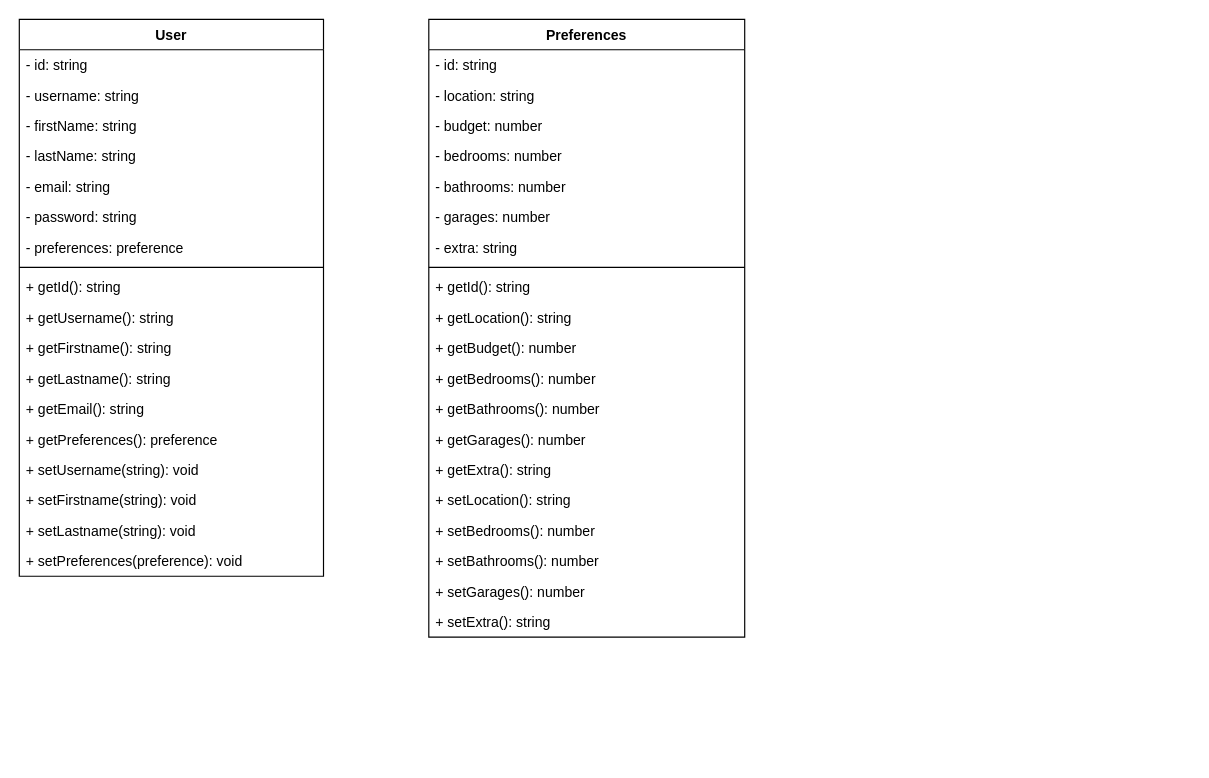
Earlier version of the draw.io diagram diagrams/class diagrams/estate-match-class-diagram.drawio (COS301-SE-2023/EstateMatch). Source tidied: cells renumbered, new cells numbered last; positions are measured from the earlier drawing's top-left corner, leaving out a move shared by most shapes. Both pictures are drawn from the tidied source at 117%, with x=0, y=0 at pixel (19, 19).
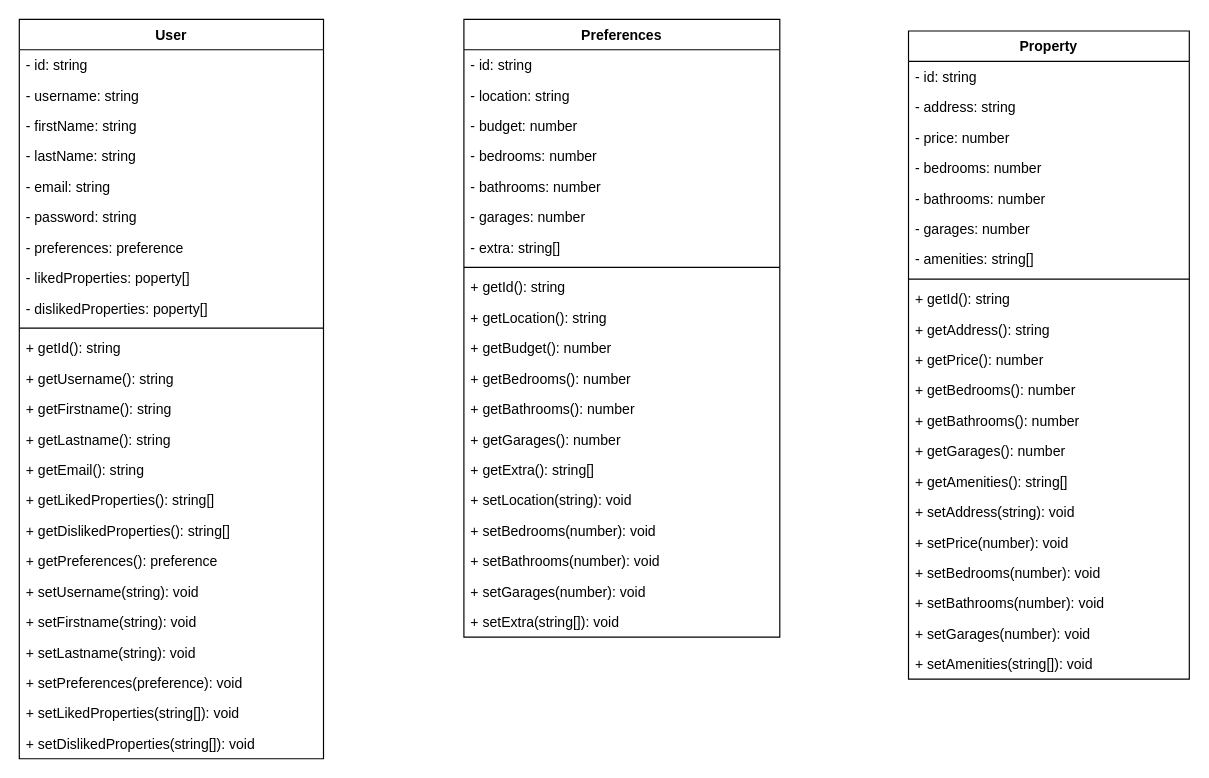
Above is the later version.

Commit message:
🚧 (diagram) Added property class

Change to the diagram source:
```diff
@@
     <mxCell id="2" value="User" style="swimlane;fontStyle=1;align=center;verticalAlign=top;horizontal=1;startSize=26;rounded=0;glass=0;labelBackgroundColor=none;labelBorderColor=none;sketch=0;" parent="1" vertex="1">
-      <mxGeometry width="260" height="476" as="geometry" />
+      <mxGeometry width="260" height="632" as="geometry" />
     </mxCell>
@@
+    <mxCell id="42" value="- likedProperties: poperty[]" style="text;strokeColor=none;fillColor=none;align=left;verticalAlign=top;spacingLeft=4;spacingRight=4;overflow=hidden;rounded=1;glass=0;labelBackgroundColor=none;labelBorderColor=none;sketch=0;" parent="2" vertex="1">
+      <mxGeometry y="208" width="260" height="26" as="geometry" />
+    </mxCell>
+    <mxCell id="43" value="- dislikedProperties: poperty[]" style="text;strokeColor=none;fillColor=none;align=left;verticalAlign=top;spacingLeft=4;spacingRight=4;overflow=hidden;rounded=1;glass=0;labelBackgroundColor=none;labelBorderColor=none;sketch=0;" parent="2" vertex="1">
+      <mxGeometry y="234" width="260" height="26" as="geometry" />
+    </mxCell>
     <mxCell id="10" style="line;strokeWidth=1;fillColor=none;align=left;verticalAlign=middle;spacingTop=-1;spacingLeft=3;spacingRight=3;labelPosition=right;strokeColor=inherit;rounded=1;glass=0;labelBackgroundColor=none;labelBorderColor=default;sketch=0;" parent="2" vertex="1">
-      <mxGeometry y="208" width="260" height="8" as="geometry" />
+      <mxGeometry y="260" width="260" height="8" as="geometry" />
     </mxCell>
     <mxCell id="11" value="+ getId(): string" style="text;strokeColor=none;fillColor=none;align=left;verticalAlign=top;spacingLeft=4;spacingRight=4;overflow=hidden;rounded=1;glass=0;labelBackgroundColor=none;labelBorderColor=none;sketch=0;" parent="2" vertex="1">
-      <mxGeometry y="216" width="260" height="26" as="geometry" />
+      <mxGeometry y="268" width="260" height="26" as="geometry" />
     </mxCell>
     <mxCell id="12" value="+ getUsername(): string" style="text;strokeColor=none;fillColor=none;align=left;verticalAlign=top;spacingLeft=4;spacingRight=4;overflow=hidden;rounded=1;glass=0;labelBackgroundColor=none;labelBorderColor=none;sketch=0;" parent="2" vertex="1">
-      <mxGeometry y="242" width="260" height="26" as="geometry" />
+      <mxGeometry y="294" width="260" height="26" as="geometry" />
     </mxCell>
     <mxCell id="13" value="+ getFirstname(): string" style="text;strokeColor=none;fillColor=none;align=left;verticalAlign=top;spacingLeft=4;spacingRight=4;overflow=hidden;rounded=1;glass=0;labelBackgroundColor=none;labelBorderColor=none;sketch=0;" parent="2" vertex="1">
-      <mxGeometry y="268" width="260" height="26" as="geometry" />
+      <mxGeometry y="320" width="260" height="26" as="geometry" />
     </mxCell>
     <mxCell id="14" value="+ getLastname(): string" style="text;strokeColor=none;fillColor=none;align=left;verticalAlign=top;spacingLeft=4;spacingRight=4;overflow=hidden;rounded=1;glass=0;labelBackgroundColor=none;labelBorderColor=none;sketch=0;" parent="2" vertex="1">
-      <mxGeometry y="294" width="260" height="26" as="geometry" />
+      <mxGeometry y="346" width="260" height="26" as="geometry" />
     </mxCell>
     <mxCell id="15" value="+ getEmail(): string" style="text;strokeColor=none;fillColor=none;align=left;verticalAlign=top;spacingLeft=4;spacingRight=4;overflow=hidden;rounded=1;glass=0;labelBackgroundColor=none;labelBorderColor=none;sketch=0;" parent="2" vertex="1">
-      <mxGeometry y="320" width="260" height="26" as="geometry" />
+      <mxGeometry y="372" width="260" height="26" as="geometry" />
     </mxCell>
+    <mxCell id="44" value="+ getLikedProperties(): string[]" style="text;strokeColor=none;fillColor=none;align=left;verticalAlign=top;spacingLeft=4;spacingRight=4;overflow=hidden;rounded=1;glass=0;labelBackgroundColor=none;labelBorderColor=none;sketch=0;" parent="2" vertex="1">
+      <mxGeometry y="398" width="260" height="26" as="geometry" />
+    </mxCell>
+    <mxCell id="45" value="+ getDislikedProperties(): string[]" style="text;strokeColor=none;fillColor=none;align=left;verticalAlign=top;spacingLeft=4;spacingRight=4;overflow=hidden;rounded=1;glass=0;labelBackgroundColor=none;labelBorderColor=none;sketch=0;" parent="2" vertex="1">
+      <mxGeometry y="424" width="260" height="26" as="geometry" />
+    </mxCell>
     <mxCell id="16" value="+ getPreferences(): preference" style="text;strokeColor=none;fillColor=none;align=left;verticalAlign=top;spacingLeft=4;spacingRight=4;overflow=hidden;rounded=1;glass=0;labelBackgroundColor=none;labelBorderColor=none;sketch=0;" parent="2" vertex="1">
-      <mxGeometry y="346" width="260" height="26" as="geometry" />
+      <mxGeometry y="450" width="260" height="26" as="geometry" />
     </mxCell>
     <mxCell id="17" value="+ setUsername(string): void" style="text;strokeColor=none;fillColor=none;align=left;verticalAlign=top;spacingLeft=4;spacingRight=4;overflow=hidden;rounded=1;glass=0;labelBackgroundColor=none;labelBorderColor=none;sketch=0;" parent="2" vertex="1">
-      <mxGeometry y="372" width="260" height="26" as="geometry" />
+      <mxGeometry y="476" width="260" height="26" as="geometry" />
     </mxCell>
     <mxCell id="18" value="+ setFirstname(string): void" style="text;strokeColor=none;fillColor=none;align=left;verticalAlign=top;spacingLeft=4;spacingRight=4;overflow=hidden;rounded=1;glass=0;labelBackgroundColor=none;labelBorderColor=none;sketch=0;" parent="2" vertex="1">
-      <mxGeometry y="398" width="260" height="26" as="geometry" />
+      <mxGeometry y="502" width="260" height="26" as="geometry" />
     </mxCell>
     <mxCell id="19" value="+ setLastname(string): void" style="text;strokeColor=none;fillColor=none;align=left;verticalAlign=top;spacingLeft=4;spacingRight=4;overflow=hidden;rounded=1;glass=0;labelBackgroundColor=none;labelBorderColor=none;sketch=0;" parent="2" vertex="1">
-      <mxGeometry y="424" width="260" height="26" as="geometry" />
+      <mxGeometry y="528" width="260" height="26" as="geometry" />
     </mxCell>
     <mxCell id="20" value="+ setPreferences(preference): void" style="text;strokeColor=none;fillColor=none;align=left;verticalAlign=top;spacingLeft=4;spacingRight=4;overflow=hidden;rounded=1;glass=0;labelBackgroundColor=none;labelBorderColor=none;sketch=0;" parent="2" vertex="1">
-      <mxGeometry y="450" width="260" height="26" as="geometry" />
+      <mxGeometry y="554" width="260" height="26" as="geometry" />
     </mxCell>
+    <mxCell id="46" value="+ setLikedProperties(string[]): void" style="text;strokeColor=none;fillColor=none;align=left;verticalAlign=top;spacingLeft=4;spacingRight=4;overflow=hidden;rounded=1;glass=0;labelBackgroundColor=none;labelBorderColor=none;sketch=0;" parent="2" vertex="1">
+      <mxGeometry y="580" width="260" height="26" as="geometry" />
+    </mxCell>
+    <mxCell id="47" value="+ setDislikedProperties(string[]): void" style="text;strokeColor=none;fillColor=none;align=left;verticalAlign=top;spacingLeft=4;spacingRight=4;overflow=hidden;rounded=1;glass=0;labelBackgroundColor=none;labelBorderColor=none;sketch=0;" parent="2" vertex="1">
+      <mxGeometry y="606" width="260" height="26" as="geometry" />
+    </mxCell>
     <mxCell id="21" value="Preferences" style="swimlane;fontStyle=1;align=center;verticalAlign=top;horizontal=1;startSize=26;rounded=0;glass=0;labelBackgroundColor=none;labelBorderColor=none;sketch=0;" parent="1" vertex="1">
-      <mxGeometry x="350" width="270" height="528" as="geometry" />
+      <mxGeometry x="380" width="270" height="528" as="geometry" />
     </mxCell>
@@
-    <mxCell id="28" value="- extra: string" style="text;strokeColor=none;fillColor=none;align=left;verticalAlign=top;spacingLeft=4;spacingRight=4;overflow=hidden;rounded=1;glass=0;labelBackgroundColor=none;labelBorderColor=none;sketch=0;" parent="21" vertex="1">
+    <mxCell id="28" value="- extra: string[]" style="text;strokeColor=none;fillColor=none;align=left;verticalAlign=top;spacingLeft=4;spacingRight=4;overflow=hidden;rounded=1;glass=0;labelBackgroundColor=none;labelBorderColor=none;sketch=0;" parent="21" vertex="1">
       <mxGeometry y="182" width="270" height="26" as="geometry" />
     </mxCell>
@@
-    <mxCell id="36" value="+ getExtra(): string" style="text;strokeColor=none;fillColor=none;align=left;verticalAlign=top;spacingLeft=4;spacingRight=4;overflow=hidden;rounded=1;glass=0;labelBackgroundColor=none;labelBorderColor=none;sketch=0;" parent="21" vertex="1">
+    <mxCell id="36" value="+ getExtra(): string[]" style="text;strokeColor=none;fillColor=none;align=left;verticalAlign=top;spacingLeft=4;spacingRight=4;overflow=hidden;rounded=1;glass=0;labelBackgroundColor=none;labelBorderColor=none;sketch=0;" parent="21" vertex="1">
       <mxGeometry y="372" width="270" height="26" as="geometry" />
     </mxCell>
-    <mxCell id="37" value="+ setLocation(): string" style="text;strokeColor=none;fillColor=none;align=left;verticalAlign=top;spacingLeft=4;spacingRight=4;overflow=hidden;rounded=1;glass=0;labelBackgroundColor=none;labelBorderColor=none;sketch=0;" parent="21" vertex="1">
+    <mxCell id="37" value="+ setLocation(string): void" style="text;strokeColor=none;fillColor=none;align=left;verticalAlign=top;spacingLeft=4;spacingRight=4;overflow=hidden;rounded=1;glass=0;labelBackgroundColor=none;labelBorderColor=none;sketch=0;" parent="21" vertex="1">
       <mxGeometry y="398" width="270" height="26" as="geometry" />
     </mxCell>
-    <mxCell id="38" value="+ setBedrooms(): number" style="text;strokeColor=none;fillColor=none;align=left;verticalAlign=top;spacingLeft=4;spacingRight=4;overflow=hidden;rounded=1;glass=0;labelBackgroundColor=none;labelBorderColor=none;sketch=0;" parent="21" vertex="1">
+    <mxCell id="38" value="+ setBedrooms(number): void" style="text;strokeColor=none;fillColor=none;align=left;verticalAlign=top;spacingLeft=4;spacingRight=4;overflow=hidden;rounded=1;glass=0;labelBackgroundColor=none;labelBorderColor=none;sketch=0;" parent="21" vertex="1">
       <mxGeometry y="424" width="270" height="26" as="geometry" />
     </mxCell>
-    <mxCell id="39" value="+ setBathrooms(): number" style="text;strokeColor=none;fillColor=none;align=left;verticalAlign=top;spacingLeft=4;spacingRight=4;overflow=hidden;rounded=1;glass=0;labelBackgroundColor=none;labelBorderColor=none;sketch=0;" parent="21" vertex="1">
+    <mxCell id="39" value="+ setBathrooms(number): void" style="text;strokeColor=none;fillColor=none;align=left;verticalAlign=top;spacingLeft=4;spacingRight=4;overflow=hidden;rounded=1;glass=0;labelBackgroundColor=none;labelBorderColor=none;sketch=0;" parent="21" vertex="1">
       <mxGeometry y="450" width="270" height="26" as="geometry" />
     </mxCell>
-    <mxCell id="40" value="+ setGarages(): number" style="text;strokeColor=none;fillColor=none;align=left;verticalAlign=top;spacingLeft=4;spacingRight=4;overflow=hidden;rounded=1;glass=0;labelBackgroundColor=none;labelBorderColor=none;sketch=0;" parent="21" vertex="1">
+    <mxCell id="40" value="+ setGarages(number): void" style="text;strokeColor=none;fillColor=none;align=left;verticalAlign=top;spacingLeft=4;spacingRight=4;overflow=hidden;rounded=1;glass=0;labelBackgroundColor=none;labelBorderColor=none;sketch=0;" parent="21" vertex="1">
       <mxGeometry y="476" width="270" height="26" as="geometry" />
     </mxCell>
-    <mxCell id="41" value="+ setExtra(): string" style="text;strokeColor=none;fillColor=none;align=left;verticalAlign=top;spacingLeft=4;spacingRight=4;overflow=hidden;rounded=1;glass=0;labelBackgroundColor=none;labelBorderColor=none;sketch=0;" parent="21" vertex="1">
+    <mxCell id="41" value="+ setExtra(string[]): void" style="text;strokeColor=none;fillColor=none;align=left;verticalAlign=top;spacingLeft=4;spacingRight=4;overflow=hidden;rounded=1;glass=0;labelBackgroundColor=none;labelBorderColor=none;sketch=0;" parent="21" vertex="1">
       <mxGeometry y="502" width="270" height="26" as="geometry" />
     </mxCell>
+    <mxCell id="48" value="Property" style="swimlane;fontStyle=1;align=center;verticalAlign=top;horizontal=1;startSize=26;rounded=0;glass=0;labelBackgroundColor=none;labelBorderColor=none;sketch=0;" parent="1" vertex="1">
+      <mxGeometry x="760" y="10" width="240" height="554" as="geometry" />
+    </mxCell>
+    <mxCell id="49" value="- id: string" style="text;strokeColor=none;fillColor=none;align=left;verticalAlign=top;spacingLeft=4;spacingRight=4;overflow=hidden;rounded=0;glass=0;labelBackgroundColor=none;labelBorderColor=none;sketch=0;" parent="48" vertex="1">
+      <mxGeometry y="26" width="240" height="26" as="geometry" />
+    </mxCell>
+    <mxCell id="50" value="- address: string" style="text;strokeColor=none;fillColor=none;align=left;verticalAlign=top;spacingLeft=4;spacingRight=4;overflow=hidden;rounded=0;glass=0;labelBackgroundColor=none;labelBorderColor=none;sketch=0;" parent="48" vertex="1">
+      <mxGeometry y="52" width="240" height="26" as="geometry" />
+    </mxCell>
+    <mxCell id="51" value="- price: number" style="text;strokeColor=none;fillColor=none;align=left;verticalAlign=top;spacingLeft=4;spacingRight=4;overflow=hidden;rounded=0;glass=0;labelBackgroundColor=none;labelBorderColor=none;sketch=0;" parent="48" vertex="1">
+      <mxGeometry y="78" width="240" height="26" as="geometry" />
+    </mxCell>
+    <mxCell id="52" value="- bedrooms: number" style="text;strokeColor=none;fillColor=none;align=left;verticalAlign=top;spacingLeft=4;spacingRight=4;overflow=hidden;rounded=0;glass=0;labelBackgroundColor=none;labelBorderColor=none;sketch=0;" parent="48" vertex="1">
+      <mxGeometry y="104" width="240" height="26" as="geometry" />
+    </mxCell>
+    <mxCell id="53" value="- bathrooms: number" style="text;strokeColor=none;fillColor=none;align=left;verticalAlign=top;spacingLeft=4;spacingRight=4;overflow=hidden;rounded=0;glass=0;labelBackgroundColor=none;labelBorderColor=none;sketch=0;" parent="48" vertex="1">
+      <mxGeometry y="130" width="240" height="26" as="geometry" />
+    </mxCell>
+    <mxCell id="54" value="- garages: number" style="text;strokeColor=none;fillColor=none;align=left;verticalAlign=top;spacingLeft=4;spacingRight=4;overflow=hidden;rounded=0;glass=0;labelBackgroundColor=none;labelBorderColor=none;sketch=0;" parent="48" vertex="1">
+      <mxGeometry y="156" width="240" height="26" as="geometry" />
+    </mxCell>
+    <mxCell id="55" value="- amenities: string[]" style="text;strokeColor=none;fillColor=none;align=left;verticalAlign=top;spacingLeft=4;spacingRight=4;overflow=hidden;rounded=0;glass=0;labelBackgroundColor=none;labelBorderColor=none;sketch=0;" parent="48" vertex="1">
+      <mxGeometry y="182" width="240" height="26" as="geometry" />
+    </mxCell>
+    <mxCell id="56" style="line;strokeWidth=1;fillColor=none;align=left;verticalAlign=middle;spacingTop=-1;spacingLeft=3;spacingRight=3;labelPosition=right;strokeColor=inherit;rounded=0;glass=0;labelBackgroundColor=none;labelBorderColor=none;sketch=0;" parent="48" vertex="1">
+      <mxGeometry y="208" width="240" height="8" as="geometry" />
+    </mxCell>
+    <mxCell id="57" value="+ getId(): string" style="text;strokeColor=none;fillColor=none;align=left;verticalAlign=top;spacingLeft=4;spacingRight=4;overflow=hidden;rounded=0;glass=0;labelBackgroundColor=none;labelBorderColor=none;sketch=0;" parent="48" vertex="1">
+      <mxGeometry y="216" width="240" height="26" as="geometry" />
+    </mxCell>
+    <mxCell id="58" value="+ getAddress(): string" style="text;strokeColor=none;fillColor=none;align=left;verticalAlign=top;spacingLeft=4;spacingRight=4;overflow=hidden;rounded=0;glass=0;labelBackgroundColor=none;labelBorderColor=none;sketch=0;" parent="48" vertex="1">
+      <mxGeometry y="242" width="240" height="26" as="geometry" />
+    </mxCell>
+    <mxCell id="59" value="+ getPrice(): number" style="text;strokeColor=none;fillColor=none;align=left;verticalAlign=top;spacingLeft=4;spacingRight=4;overflow=hidden;rounded=0;glass=0;labelBackgroundColor=none;labelBorderColor=none;sketch=0;" parent="48" vertex="1">
+      <mxGeometry y="268" width="240" height="26" as="geometry" />
+    </mxCell>
+    <mxCell id="60" value="+ getBedrooms(): number" style="text;strokeColor=none;fillColor=none;align=left;verticalAlign=top;spacingLeft=4;spacingRight=4;overflow=hidden;rounded=0;glass=0;labelBackgroundColor=none;labelBorderColor=none;sketch=0;" parent="48" vertex="1">
+      <mxGeometry y="294" width="240" height="26" as="geometry" />
+    </mxCell>
+    <mxCell id="61" value="+ getBathrooms(): number" style="text;strokeColor=none;fillColor=none;align=left;verticalAlign=top;spacingLeft=4;spacingRight=4;overflow=hidden;rounded=0;glass=0;labelBackgroundColor=none;labelBorderColor=none;sketch=0;" parent="48" vertex="1">
+      <mxGeometry y="320" width="240" height="26" as="geometry" />
+    </mxCell>
+    <mxCell id="62" value="+ getGarages(): number" style="text;strokeColor=none;fillColor=none;align=left;verticalAlign=top;spacingLeft=4;spacingRight=4;overflow=hidden;rounded=0;glass=0;labelBackgroundColor=none;labelBorderColor=none;sketch=0;" parent="48" vertex="1">
+      <mxGeometry y="346" width="240" height="26" as="geometry" />
+    </mxCell>
+    <mxCell id="63" value="+ getAmenities(): string[]" style="text;strokeColor=none;fillColor=none;align=left;verticalAlign=top;spacingLeft=4;spacingRight=4;overflow=hidden;rounded=0;glass=0;labelBackgroundColor=none;labelBorderColor=none;sketch=0;" parent="48" vertex="1">
+      <mxGeometry y="372" width="240" height="26" as="geometry" />
+    </mxCell>
+    <mxCell id="64" value="+ setAddress(string): void" style="text;strokeColor=none;fillColor=none;align=left;verticalAlign=top;spacingLeft=4;spacingRight=4;overflow=hidden;rounded=0;glass=0;labelBackgroundColor=none;labelBorderColor=none;sketch=0;" parent="48" vertex="1">
+      <mxGeometry y="398" width="240" height="26" as="geometry" />
+    </mxCell>
+    <mxCell id="65" value="+ setPrice(number): void" style="text;strokeColor=none;fillColor=none;align=left;verticalAlign=top;spacingLeft=4;spacingRight=4;overflow=hidden;rounded=0;glass=0;labelBackgroundColor=none;labelBorderColor=none;sketch=0;" parent="48" vertex="1">
+      <mxGeometry y="424" width="240" height="26" as="geometry" />
+    </mxCell>
+    <mxCell id="66" value="+ setBedrooms(number): void" style="text;strokeColor=none;fillColor=none;align=left;verticalAlign=top;spacingLeft=4;spacingRight=4;overflow=hidden;rounded=0;glass=0;labelBackgroundColor=none;labelBorderColor=none;sketch=0;" parent="48" vertex="1">
+      <mxGeometry y="450" width="240" height="26" as="geometry" />
+    </mxCell>
+    <mxCell id="67" value="+ setBathrooms(number): void" style="text;strokeColor=none;fillColor=none;align=left;verticalAlign=top;spacingLeft=4;spacingRight=4;overflow=hidden;rounded=0;glass=0;labelBackgroundColor=none;labelBorderColor=none;sketch=0;" parent="48" vertex="1">
+      <mxGeometry y="476" width="240" height="26" as="geometry" />
+    </mxCell>
+    <mxCell id="68" value="+ setGarages(number): void" style="text;strokeColor=none;fillColor=none;align=left;verticalAlign=top;spacingLeft=4;spacingRight=4;overflow=hidden;rounded=0;glass=0;labelBackgroundColor=none;labelBorderColor=none;sketch=0;" parent="48" vertex="1">
+      <mxGeometry y="502" width="240" height="26" as="geometry" />
+    </mxCell>
+    <mxCell id="69" value="+ setAmenities(string[]): void" style="text;strokeColor=none;fillColor=none;align=left;verticalAlign=top;spacingLeft=4;spacingRight=4;overflow=hidden;rounded=0;glass=0;labelBackgroundColor=none;labelBorderColor=none;sketch=0;" parent="48" vertex="1">
+      <mxGeometry y="528" width="240" height="26" as="geometry" />
+    </mxCell>
```
